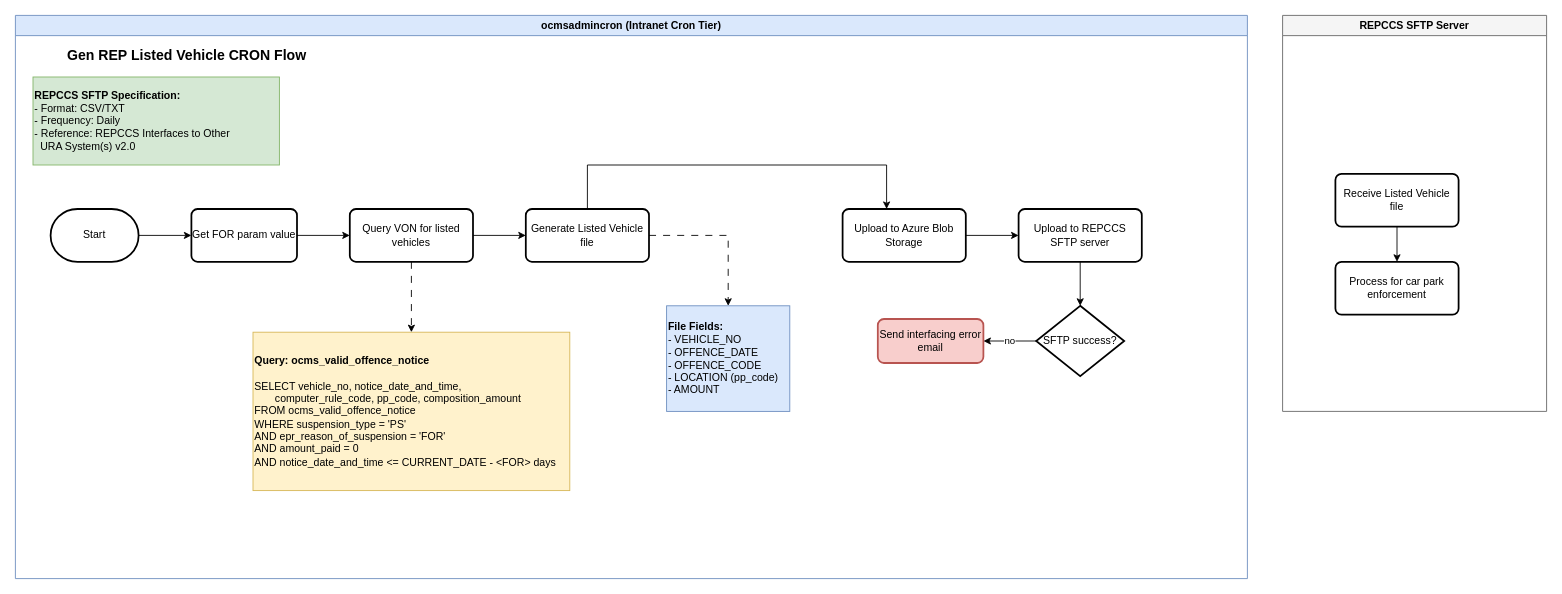
Before: page "8_REPCCS_Listed_Vehicles" (8 of 10) of OCMS 14/Section 2/OCMS14-Technical_Flowchart_Section_2.drawio in rafifmgg/techdoc, a draw.io diagram. Source tidied: cells renumbered, new cells numbered last; positions are measured from the earlier drawing's top-left corner, leaving out a move shared by most shapes. Both pictures are drawn from the tidied source at 88%, with x=0, y=0 at pixel (15, 15).
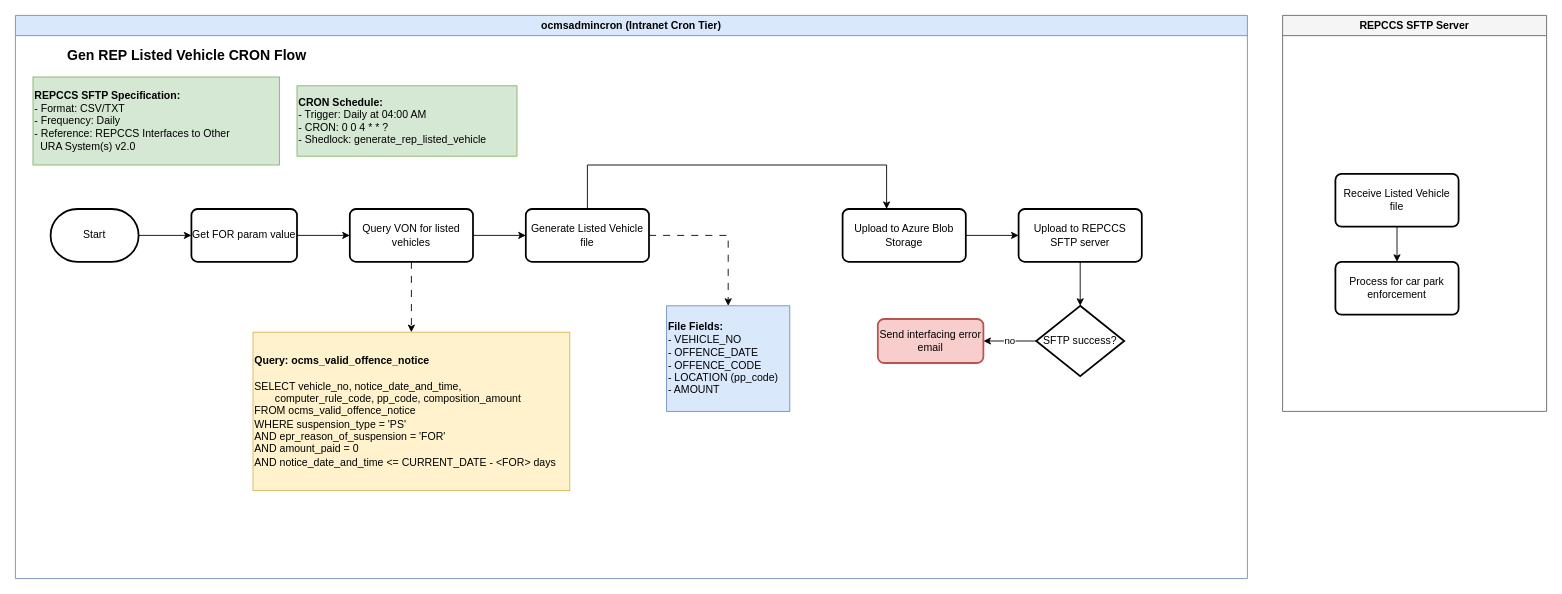
The same page after the edit.

The change refers to these unchanged cells:
```xml
<mxCell id="2" value="ocmsadmincron (Intranet Cron Tier)" style="swimlane;whiteSpace=wrap;html=1;fillColor=#dae8fc;strokeColor=#6c8ebf;" parent="1" vertex="1">
  <mxGeometry width="1400" height="640" as="geometry" />
</mxCell>
```

The edit, as a diff of the source:
```diff
@@
+    <mxCell id="28" value="&lt;b&gt;CRON Schedule:&lt;/b&gt;&lt;div&gt;- Trigger: Daily at 04:00 AM&lt;/div&gt;&lt;div&gt;- CRON: 0 0 4 * * ?&lt;/div&gt;&lt;div&gt;- Shedlock: generate_rep_listed_vehicle&lt;/div&gt;" style="rounded=0;whiteSpace=wrap;html=1;align=left;strokeColor=#82b366;fillColor=#d5e8d4;" parent="2" vertex="1">
+      <mxGeometry x="320" y="80" width="250" height="80" as="geometry" />
+    </mxCell>
```
